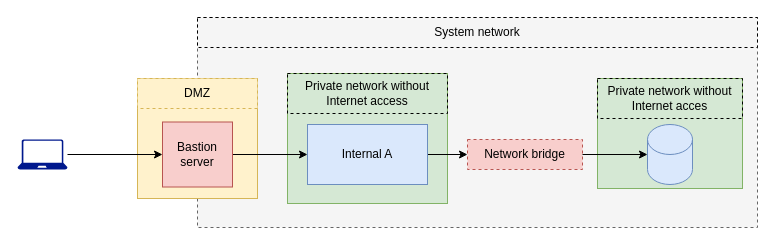
abunuwas/api-sec-book-imgs keeps this draw.io diagram as page "9.11" (11 of 20) of ch09.drawio. Above is the earlier version. Source tidied: cells renumbered, new cells numbered last; positions are measured from the earlier drawing's top-left corner, leaving out a move shared by most shapes. Both pictures are drawn from the tidied source at 100%, with x=0, y=0 at pixel (17, 17).
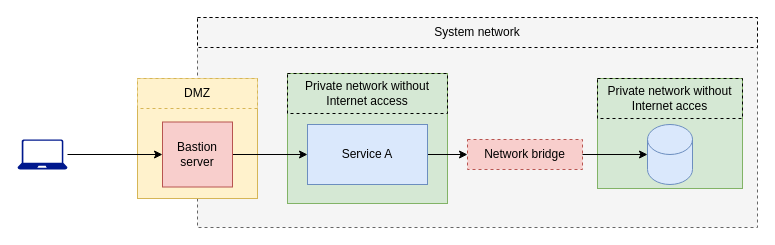
Above is the later version.

The edit, as a diff of the source:
```diff
@@
 <mxGraphModel>
   <root>
     <mxCell id="0" />
     <mxCell id="1" parent="0" />
     <mxCell id="2" style="rounded=0;whiteSpace=wrap;html=1;dashed=1;fillColor=#f5f5f5;fontColor=#333333;strokeColor=#666666;" parent="1" vertex="1">
       <mxGeometry x="180" width="560" height="210" as="geometry" />
     </mxCell>
     <mxCell id="3" style="rounded=0;whiteSpace=wrap;html=1;fillColor=#d5e8d4;strokeColor=#82b366;" parent="1" vertex="1">
       <mxGeometry x="580" y="61" width="145" height="110" as="geometry" />
     </mxCell>
     <mxCell id="4" style="rounded=0;whiteSpace=wrap;html=1;fillColor=#d5e8d4;strokeColor=#82b366;" parent="1" vertex="1">
       <mxGeometry x="270" y="56" width="160" height="130" as="geometry" />
     </mxCell>
     <mxCell id="5" style="rounded=0;whiteSpace=wrap;html=1;fillColor=#fff2cc;strokeColor=#d6b656;" parent="1" vertex="1">
       <mxGeometry x="120" y="61" width="120" height="120" as="geometry" />
     </mxCell>
     <mxCell id="6" style="edgeStyle=orthogonalEdgeStyle;rounded=1;jettySize=auto;html=1;entryX=0;entryY=0.5;entryDx=0;entryDy=0;curved=0;" parent="1" edge="1" source="7" target="9">
       <mxGeometry relative="1" as="geometry" />
     </mxCell>
-    <mxCell id="7" value="Internal A" style="rounded=0;whiteSpace=wrap;html=1;fillColor=#dae8fc;strokeColor=#6c8ebf;" parent="1" vertex="1">
+    <mxCell id="7" value="Service A" style="rounded=0;whiteSpace=wrap;html=1;fillColor=#dae8fc;strokeColor=#6c8ebf;" parent="1" vertex="1">
       <mxGeometry x="290" y="107" width="120" height="60" as="geometry" />
     </mxCell>
     <mxCell id="8" style="shape=cylinder3;whiteSpace=wrap;html=1;boundedLbl=1;backgroundOutline=1;size=15;fillColor=#dae8fc;strokeColor=#6c8ebf;" parent="1" vertex="1">
       <mxGeometry x="630" y="107" width="45" height="60" as="geometry" />
     </mxCell>
     <mxCell id="9" value="Network bridge" style="rounded=0;whiteSpace=wrap;html=1;dashed=1;fillColor=#f8cecc;strokeColor=#b85450;" parent="1" vertex="1">
       <mxGeometry x="450" y="122" width="115" height="30" as="geometry" />
     </mxCell>
     <mxCell id="10" style="edgeStyle=orthogonalEdgeStyle;rounded=0;jettySize=auto;html=1;" parent="1" edge="1" source="11" target="7">
       <mxGeometry relative="1" as="geometry" />
     </mxCell>
     <mxCell id="11" value="Bastion server" style="rounded=0;whiteSpace=wrap;html=1;fillColor=#f8cecc;strokeColor=#b85450;" parent="1" vertex="1">
       <mxGeometry x="145" y="104.5" width="70" height="65" as="geometry" />
     </mxCell>
     <mxCell id="12" value="Private network without Internet acces" style="text;html=1;align=center;verticalAlign=middle;whiteSpace=wrap;rounded=0;strokeColor=default;dashed=1;" parent="1" vertex="1">
       <mxGeometry x="580" y="61" width="145" height="40" as="geometry" />
     </mxCell>
     <mxCell id="13" value="System network" style="text;html=1;align=center;verticalAlign=middle;whiteSpace=wrap;rounded=0;strokeColor=default;dashed=1;" parent="1" vertex="1">
       <mxGeometry x="180" width="560" height="30" as="geometry" />
     </mxCell>
     <mxCell id="14" value="Private network without&lt;div&gt;Internet access&lt;/div&gt;" style="text;html=1;align=center;verticalAlign=middle;whiteSpace=wrap;rounded=0;strokeColor=default;dashed=1;" parent="1" vertex="1">
       <mxGeometry x="270" y="56" width="160" height="40" as="geometry" />
     </mxCell>
     <mxCell id="15" style="edgeStyle=orthogonalEdgeStyle;rounded=1;jettySize=auto;html=1;entryX=0;entryY=0.5;entryDx=0;entryDy=0;curved=0;" parent="1" edge="1" source="16" target="11">
       <mxGeometry relative="1" as="geometry" />
     </mxCell>
     <mxCell id="16" style="sketch=0;shadow=0;dashed=0;html=1;strokeColor=none;labelPosition=center;verticalLabelPosition=bottom;verticalAlign=top;align=center;fillColor=#00188D;shape=mxgraph.azure.laptop;" parent="1" vertex="1">
       <mxGeometry y="122" width="50" height="30" as="geometry" />
     </mxCell>
     <mxCell id="17" value="DMZ" style="text;html=1;align=center;verticalAlign=middle;whiteSpace=wrap;rounded=0;strokeColor=#d6b656;dashed=1;fillColor=#fff2cc;" parent="1" vertex="1">
       <mxGeometry x="120" y="61" width="120" height="30" as="geometry" />
     </mxCell>
     <mxCell id="18" style="edgeStyle=orthogonalEdgeStyle;rounded=1;jettySize=auto;html=1;entryX=0;entryY=0.5;entryDx=0;entryDy=0;entryPerimeter=0;curved=0;" parent="1" edge="1" source="9" target="8">
       <mxGeometry relative="1" as="geometry" />
     </mxCell>
   </root>
 </mxGraphModel>
```
